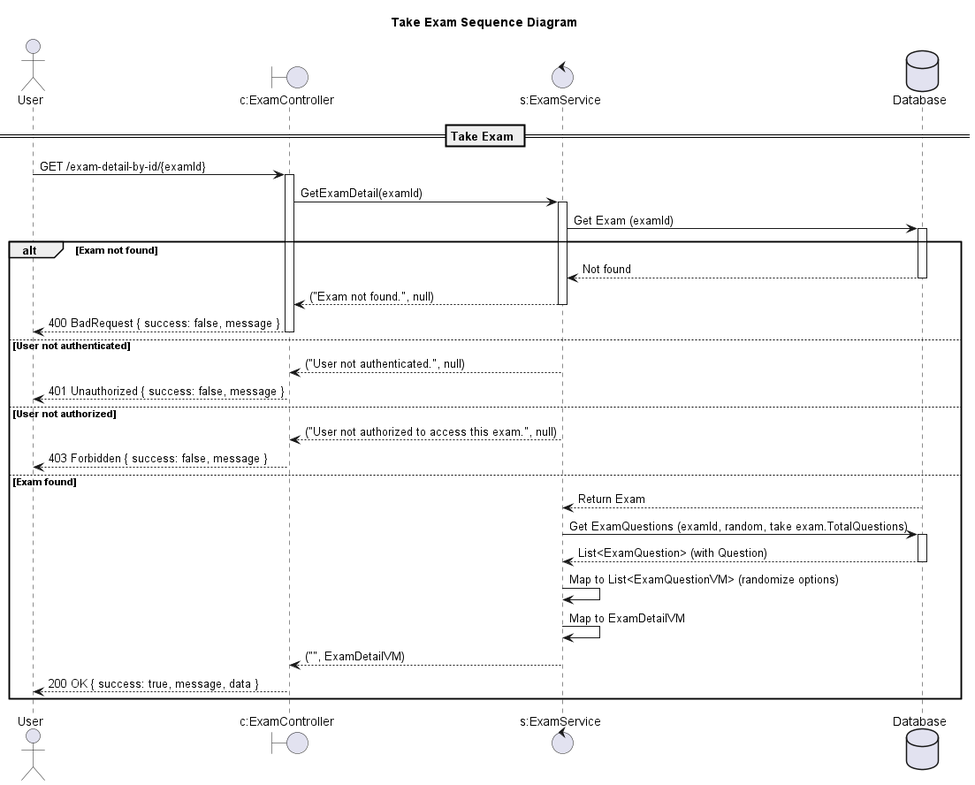
This is design/out/takeexamsequencediagram/takeexamsequencediagram.png from conghoan1211/AI-Kiosk-Testing-system, a PlantUML export, as it was before one commit. Its diagram source:
```plantuml
@startuml

title Take Exam Sequence Diagram

actor "User" as Client
boundary "c:ExamController" as Controller
control "s:ExamService" as Service
database "Database" as DB

== Take Exam ==

Client -> Controller: GET /exam-detail-by-id/{examId}
activate Controller
Controller -> Service: GetExamDetail(examId)
activate Service

Service -> DB: Get Exam (examId)
activate DB
alt Exam not found
    DB --> Service: Not found
    deactivate DB
    Service --> Controller: ("Exam not found.", null)
    deactivate Service
    Controller --> Client: 400 BadRequest { success: false, message }
    deactivate Controller
else User not authenticated
    Service --> Controller: ("User not authenticated.", null)
    deactivate Service
    Controller --> Client: 401 Unauthorized { success: false, message }
    deactivate Controller
else User not authorized
    Service --> Controller: ("User not authorized to access this exam.", null)
    deactivate Service
    Controller --> Client: 403 Forbidden { success: false, message }
    deactivate Controller
else Exam found
    DB --> Service: Return Exam
    deactivate DB

    Service -> DB: Get ExamQuestions (examId, random, take exam.TotalQuestions)
    activate DB
    DB --> Service: List<ExamQuestion> (with Question)
    deactivate DB

    Service -> Service: Map to List<ExamQuestionVM> (randomize options)
    Service -> Service: Map to ExamDetailVM
    Service --> Controller: ("", ExamDetailVM)
    deactivate Service
    Controller --> Client: 200 OK { success: true, message, data }
    deactivate Controller
end alt

@enduml
```
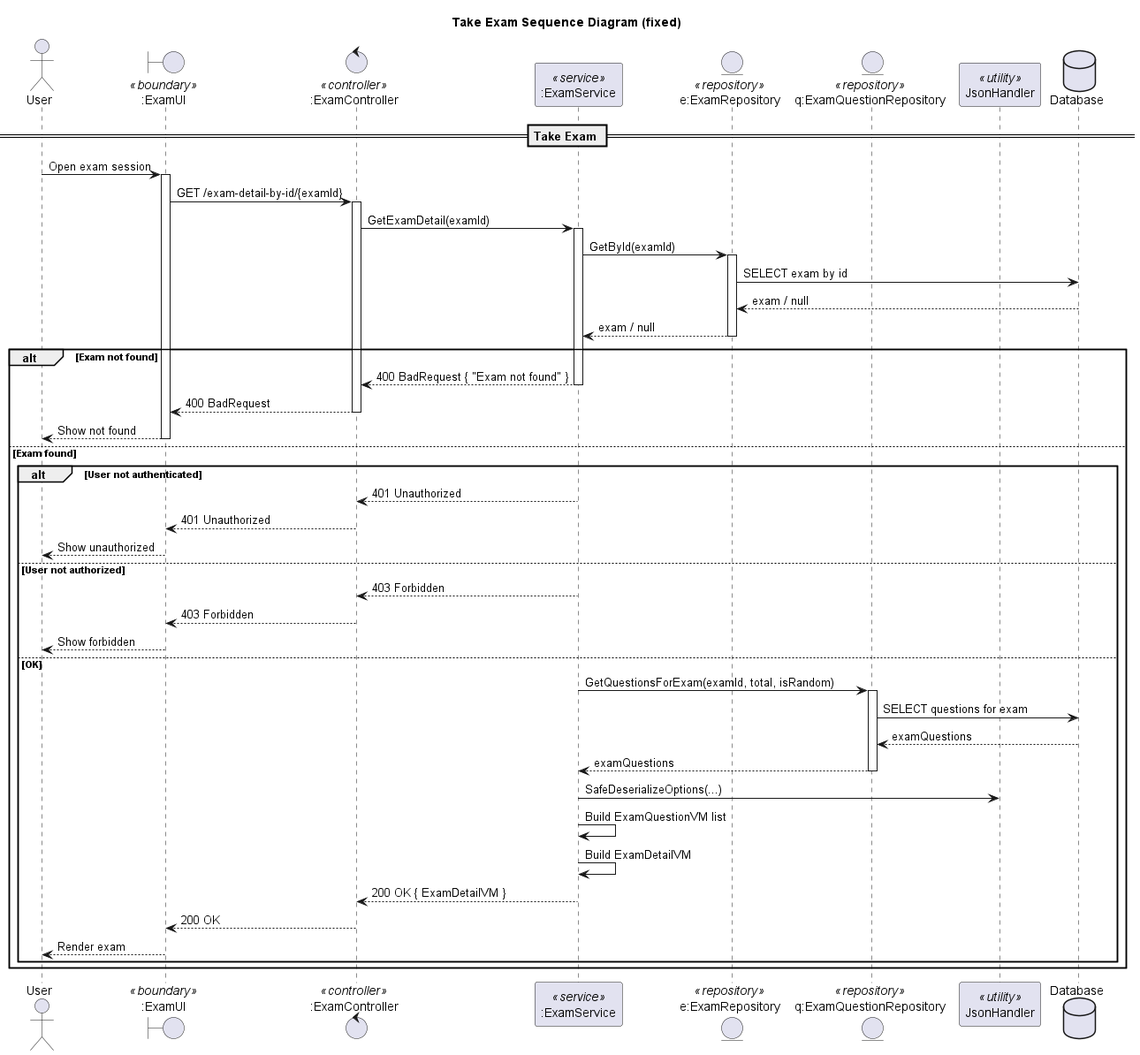
Later version of the same file.

Diff of the diagram source:
```diff
@@ -1,53 +1,73 @@
 @startuml
-
-title Take Exam Sequence Diagram
+title Take Exam Sequence Diagram (fixed)
 
 actor "User" as Client
-boundary "c:ExamController" as Controller
-control "s:ExamService" as Service
+boundary ":ExamUI" as UI <<boundary>>
+control ":ExamController" as Controller <<controller>>
+participant ":ExamService" as Service <<service>>
+
+entity "e:ExamRepository" as ExamRepo <<repository>>
+entity "q:ExamQuestionRepository" as EqRepo <<repository>>
+participant "JsonHandler" as JsonUtil <<utility>>
+
 database "Database" as DB
 
 == Take Exam ==
 
-Client -> Controller: GET /exam-detail-by-id/{examId}
+Client -> UI: Open exam session
+activate UI
+UI -> Controller: GET /exam-detail-by-id/{examId}
 activate Controller
 Controller -> Service: GetExamDetail(examId)
 activate Service
 
-Service -> DB: Get Exam (examId)
-activate DB
+Service -> ExamRepo: GetById(examId)
+activate ExamRepo
+ExamRepo -> DB: SELECT exam by id
+DB --> ExamRepo: exam / null
+ExamRepo --> Service: exam / null
+deactivate ExamRepo
+
 alt Exam not found
-    DB --> Service: Not found
-    deactivate DB
-    Service --> Controller: ("Exam not found.", null)
+  Service --> Controller: 400 BadRequest { "Exam not found" }
+  deactivate Service
+  Controller --> UI: 400 BadRequest
+  deactivate Controller
+  UI --> Client: Show not found
+  deactivate UI
+else Exam found
+  alt User not authenticated
+    Service --> Controller: 401 Unauthorized
     deactivate Service
-    Controller --> Client: 400 BadRequest { success: false, message }
+    Controller --> UI: 401 Unauthorized
     deactivate Controller
-else User not authenticated
-    Service --> Controller: ("User not authenticated.", null)
+    UI --> Client: Show unauthorized
+    deactivate UI
+  else User not authorized
+    Service --> Controller: 403 Forbidden
     deactivate Service
-    Controller --> Client: 401 Unauthorized { success: false, message }
+    Controller --> UI: 403 Forbidden
     deactivate Controller
-else User not authorized
-    Service --> Controller: ("User not authorized to access this exam.", null)
+    UI --> Client: Show forbidden
+    deactivate UI
+  else OK
+    Service -> EqRepo: GetQuestionsForExam(examId, total, isRandom)
+    activate EqRepo
+    EqRepo -> DB: SELECT questions for exam
+    DB --> EqRepo: examQuestions
+    EqRepo --> Service: examQuestions
+    deactivate EqRepo
+
+    Service -> JsonUtil: SafeDeserializeOptions(...)
+    Service -> Service: Build ExamQuestionVM list
+    Service -> Service: Build ExamDetailVM
+
+    Service --> Controller: 200 OK { ExamDetailVM }
     deactivate Service
-    Controller --> Client: 403 Forbidden { success: false, message }
+    Controller --> UI: 200 OK
     deactivate Controller
-else Exam found
-    DB --> Service: Return Exam
-    deactivate DB
-
-    Service -> DB: Get ExamQuestions (examId, random, take exam.TotalQuestions)
-    activate DB
-    DB --> Service: List<ExamQuestion> (with Question)
-    deactivate DB
-
-    Service -> Service: Map to List<ExamQuestionVM> (randomize options)
-    Service -> Service: Map to ExamDetailVM
-    Service --> Controller: ("", ExamDetailVM)
-    deactivate Service
-    Controller --> Client: 200 OK { success: true, message, data }
-    deactivate Controller
+    UI --> Client: Render exam
+    deactivate UI
+  end alt
 end alt
-
 @enduml
```
